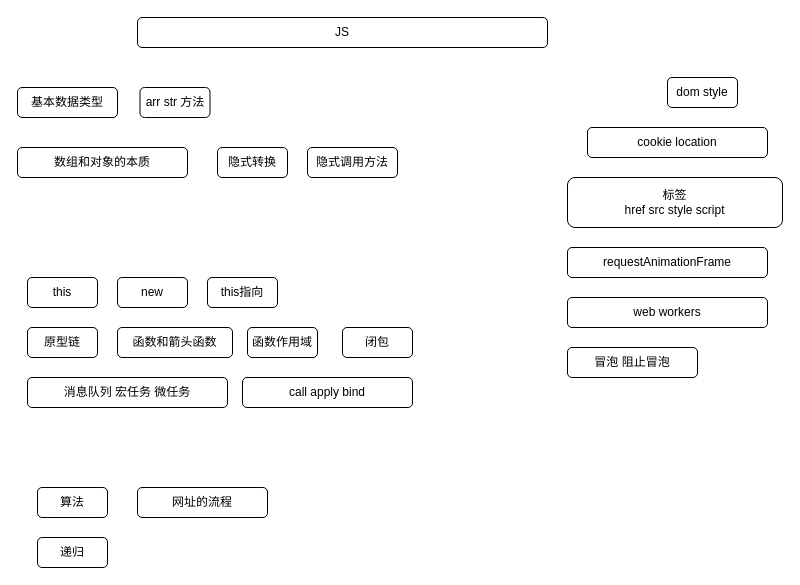
The draw.io diagram drawio/js.drawio in D20F/xiaofang, before the edit. Source tidied: cells renumbered, new cells numbered last; positions are measured from the earlier drawing's top-left corner, leaving out a move shared by most shapes. Both pictures are drawn from the tidied source at 100%, with x=0, y=0 at pixel (17, 17).
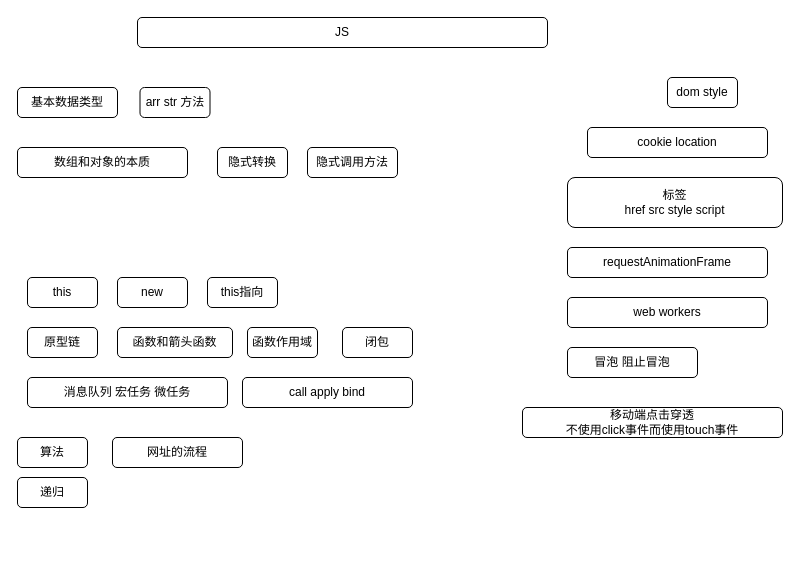
After the change.

Diff of the diagram source:
```diff
@@
     <mxCell id="13" value="算法" style="rounded=1;whiteSpace=wrap;html=1;" parent="1" vertex="1">
-      <mxGeometry x="20" y="470" width="70" height="30" as="geometry" />
+      <mxGeometry y="420" width="70" height="30" as="geometry" />
     </mxCell>
     <mxCell id="14" value="递归" style="rounded=1;whiteSpace=wrap;html=1;" parent="1" vertex="1">
-      <mxGeometry x="20" y="520" width="70" height="30" as="geometry" />
+      <mxGeometry y="460" width="70" height="30" as="geometry" />
     </mxCell>
     <mxCell id="15" value="网址的流程" style="rounded=1;whiteSpace=wrap;html=1;" parent="1" vertex="1">
-      <mxGeometry x="120" y="470" width="130" height="30" as="geometry" />
+      <mxGeometry x="95" y="420" width="130" height="30" as="geometry" />
     </mxCell>
@@
+    <mxCell id="26" value="移动端点击穿透&lt;br&gt;不使用click事件而使用touch事件" style="rounded=1;whiteSpace=wrap;html=1;" parent="1" vertex="1">
+      <mxGeometry x="505" y="390" width="260" height="30" as="geometry" />
+    </mxCell>
```
